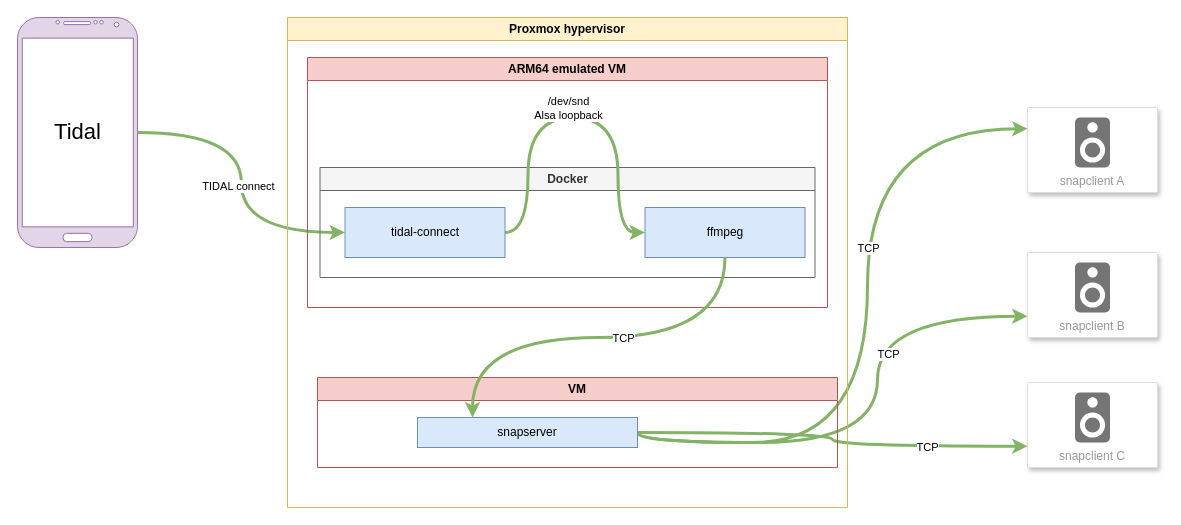
The draw.io diagram img/tidal-connect-snapclient.drawio in moskakos/tidal-connect-docker, before the edit. Source tidied: cells renumbered, new cells numbered last; positions are measured from the earlier drawing's top-left corner, leaving out a move shared by most shapes. Both pictures are drawn from the tidied source at 100%, with x=0, y=0 at pixel (17, 17).
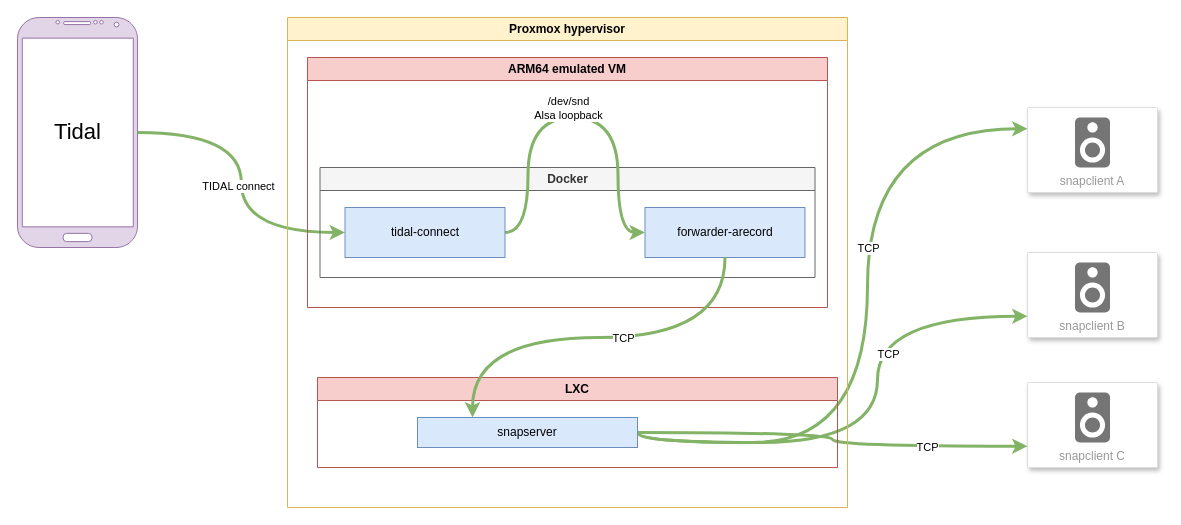
The same page after the edit.

Commit message (it also covers changes not shown here):
feat: remove ffmpeg forwarder — arecord is the only forwarder now

Unchanged cells that the change refers to:
```xml
<mxCell id="18" value="Proxmox hypervisor" style="swimlane;whiteSpace=wrap;html=1;fillColor=#fff2cc;strokeColor=#d6b656;" parent="1" vertex="1">
  <mxGeometry x="270" width="560" height="490" as="geometry" />
</mxCell>
<mxCell id="20" value="&lt;div&gt;Docker&lt;/div&gt;" style="swimlane;whiteSpace=wrap;html=1;fillColor=#f5f5f5;fontColor=#333333;strokeColor=#666666;" parent="19" vertex="1">
  <mxGeometry x="12.5" y="110" width="495" height="110" as="geometry" />
</mxCell>
```

What changed in the source:
```diff
@@
-    <mxCell id="25" value="ffmpeg" style="rounded=0;whiteSpace=wrap;html=1;fillColor=#dae8fc;strokeColor=#6c8ebf;" parent="20" vertex="1">
+    <mxCell id="25" value="forwarder-arecord" style="rounded=0;whiteSpace=wrap;html=1;fillColor=#dae8fc;strokeColor=#6c8ebf;" parent="20" vertex="1">
       <mxGeometry x="325" y="40" width="160" height="50" as="geometry" />
     </mxCell>
-    <mxCell id="26" value="VM" style="swimlane;whiteSpace=wrap;html=1;fillColor=#f8cecc;strokeColor=#b85450;" parent="18" vertex="1">
+    <mxCell id="26" value="LXC" style="swimlane;whiteSpace=wrap;html=1;fillColor=#f8cecc;strokeColor=#b85450;" parent="18" vertex="1">
       <mxGeometry x="30" y="360" width="520" height="90" as="geometry" />
     </mxCell>
```
